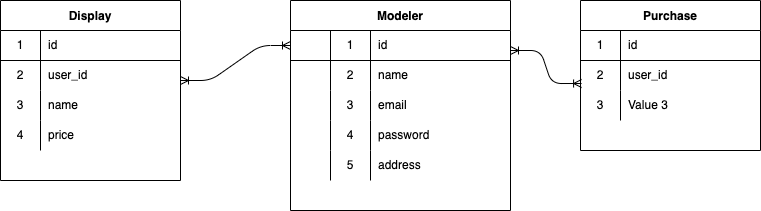
Before: gunpla.drawio.png, a diagram exported from draw.io (PW-kazu/gunpla-repository). Source tidied: cells renumbered, new cells last; positions are measured from the earlier drawing's top-left corner, leaving out a move shared by most shapes. The source it was exported from:
```xml
<mxGraphModel>
  <root>
    <mxCell id="0" />
    <mxCell id="1" parent="0" />
    <mxCell id="2" value="Modeler" style="shape=table;startSize=30;rowLines=0;fontStyle=1;align=center;" parent="1" vertex="1">
      <mxGeometry x="290" width="220" height="210" as="geometry" />
    </mxCell>
    <mxCell id="3" style="shape=partialRectangle;html=1;whiteSpace=wrap;fillColor=none;top=0;left=0;bottom=1;right=0;points=[[0,0.5],[1,0.5]];portConstraint=eastwest;" parent="2" vertex="1">
      <mxGeometry y="30" width="220" height="30" as="geometry" />
    </mxCell>
    <mxCell id="4" style="shape=partialRectangle;html=1;whiteSpace=wrap;fillColor=none;top=0;left=0;bottom=0;right=0;overflow=hidden;" parent="3" vertex="1">
      <mxGeometry width="40" height="30" as="geometry" />
    </mxCell>
    <mxCell id="5" value="1" style="shape=partialRectangle;html=1;whiteSpace=wrap;fillColor=none;top=0;left=0;bottom=0;right=0;overflow=hidden;" parent="3" vertex="1">
      <mxGeometry x="40" width="40" height="30" as="geometry" />
    </mxCell>
    <mxCell id="6" value="id" style="shape=partialRectangle;html=1;whiteSpace=wrap;fillColor=none;top=0;left=0;bottom=0;right=0;align=left;spacingLeft=6;overflow=hidden;" parent="3" vertex="1">
      <mxGeometry x="80" width="140" height="30" as="geometry" />
    </mxCell>
    <mxCell id="7" style="shape=partialRectangle;html=1;whiteSpace=wrap;fillColor=none;top=0;left=0;bottom=0;right=0;" parent="2" vertex="1">
      <mxGeometry y="60" width="220" height="30" as="geometry" />
    </mxCell>
    <mxCell id="8" style="shape=partialRectangle;html=1;whiteSpace=wrap;fillColor=none;top=0;left=0;bottom=0;right=0;overflow=hidden;" parent="7" vertex="1">
      <mxGeometry width="40" height="30" as="geometry" />
    </mxCell>
    <mxCell id="9" value="2" style="shape=partialRectangle;html=1;whiteSpace=wrap;fillColor=none;top=0;left=0;bottom=0;right=0;overflow=hidden;" parent="7" vertex="1">
      <mxGeometry x="40" width="40" height="30" as="geometry" />
    </mxCell>
    <mxCell id="10" value="name" style="shape=partialRectangle;html=1;whiteSpace=wrap;fillColor=none;top=0;left=0;bottom=0;right=0;align=left;spacingLeft=6;overflow=hidden;" parent="7" vertex="1">
      <mxGeometry x="80" width="140" height="30" as="geometry" />
    </mxCell>
    <mxCell id="11" style="shape=partialRectangle;html=1;whiteSpace=wrap;fillColor=none;top=0;left=0;bottom=0;right=0;" parent="2" vertex="1">
      <mxGeometry y="90" width="220" height="30" as="geometry" />
    </mxCell>
    <mxCell id="12" style="shape=partialRectangle;html=1;whiteSpace=wrap;fillColor=none;top=0;left=0;bottom=0;right=0;overflow=hidden;" parent="11" vertex="1">
      <mxGeometry width="40" height="30" as="geometry" />
    </mxCell>
    <mxCell id="13" value="3" style="shape=partialRectangle;html=1;whiteSpace=wrap;fillColor=none;top=0;left=0;bottom=0;right=0;overflow=hidden;" parent="11" vertex="1">
      <mxGeometry x="40" width="40" height="30" as="geometry" />
    </mxCell>
    <mxCell id="14" value="email" style="shape=partialRectangle;html=1;whiteSpace=wrap;fillColor=none;top=0;left=0;bottom=0;right=0;align=left;spacingLeft=6;overflow=hidden;" parent="11" vertex="1">
      <mxGeometry x="80" width="140" height="30" as="geometry" />
    </mxCell>
    <mxCell id="15" style="shape=partialRectangle;html=1;whiteSpace=wrap;fillColor=none;top=0;left=0;bottom=0;right=0;" parent="2" vertex="1">
      <mxGeometry y="120" width="220" height="30" as="geometry" />
    </mxCell>
    <mxCell id="16" style="shape=partialRectangle;html=1;whiteSpace=wrap;fillColor=none;top=0;left=0;bottom=0;right=0;overflow=hidden;" parent="15" vertex="1">
      <mxGeometry width="40" height="30" as="geometry" />
    </mxCell>
    <mxCell id="17" value="4" style="shape=partialRectangle;html=1;whiteSpace=wrap;fillColor=none;top=0;left=0;bottom=0;right=0;overflow=hidden;" parent="15" vertex="1">
      <mxGeometry x="40" width="40" height="30" as="geometry" />
    </mxCell>
    <mxCell id="18" value="password" style="shape=partialRectangle;html=1;whiteSpace=wrap;fillColor=none;top=0;left=0;bottom=0;right=0;align=left;spacingLeft=6;overflow=hidden;" parent="15" vertex="1">
      <mxGeometry x="80" width="140" height="30" as="geometry" />
    </mxCell>
    <mxCell id="19" style="shape=partialRectangle;html=1;whiteSpace=wrap;fillColor=none;top=0;left=0;bottom=0;right=0;" parent="2" vertex="1">
      <mxGeometry y="150" width="220" height="30" as="geometry" />
    </mxCell>
    <mxCell id="20" style="shape=partialRectangle;html=1;whiteSpace=wrap;fillColor=none;top=0;left=0;bottom=0;right=0;overflow=hidden;" parent="19" vertex="1">
      <mxGeometry width="40" height="30" as="geometry" />
    </mxCell>
    <mxCell id="21" value="5" style="shape=partialRectangle;html=1;whiteSpace=wrap;fillColor=none;top=0;left=0;bottom=0;right=0;overflow=hidden;" parent="19" vertex="1">
      <mxGeometry x="40" width="40" height="30" as="geometry" />
    </mxCell>
    <mxCell id="22" value="address" style="shape=partialRectangle;html=1;whiteSpace=wrap;fillColor=none;top=0;left=0;bottom=0;right=0;align=left;spacingLeft=6;overflow=hidden;" parent="19" vertex="1">
      <mxGeometry x="80" width="140" height="30" as="geometry" />
    </mxCell>
    <mxCell id="23" value="Display" style="shape=table;startSize=30;rowLines=0;fontStyle=1;align=center;" parent="1" vertex="1">
      <mxGeometry width="180" height="180" as="geometry" />
    </mxCell>
    <mxCell id="24" style="shape=partialRectangle;html=1;whiteSpace=wrap;fillColor=none;top=0;left=0;bottom=1;right=0;" parent="23" vertex="1">
      <mxGeometry y="30" width="180" height="30" as="geometry" />
    </mxCell>
    <mxCell id="25" value="1" style="shape=partialRectangle;html=1;whiteSpace=wrap;fillColor=none;top=0;left=0;bottom=0;right=0;overflow=hidden;" parent="24" vertex="1">
      <mxGeometry width="40" height="30" as="geometry" />
    </mxCell>
    <mxCell id="26" value="id" style="shape=partialRectangle;html=1;whiteSpace=wrap;fillColor=none;top=0;left=0;bottom=0;right=0;align=left;spacingLeft=6;overflow=hidden;" parent="24" vertex="1">
      <mxGeometry x="40" width="140" height="30" as="geometry" />
    </mxCell>
    <mxCell id="27" style="shape=partialRectangle;html=1;whiteSpace=wrap;fillColor=none;top=0;left=0;bottom=0;right=0;" parent="23" vertex="1">
      <mxGeometry y="60" width="180" height="30" as="geometry" />
    </mxCell>
    <mxCell id="28" value="2" style="shape=partialRectangle;html=1;whiteSpace=wrap;fillColor=none;top=0;left=0;bottom=0;right=0;overflow=hidden;" parent="27" vertex="1">
      <mxGeometry width="40" height="30" as="geometry" />
    </mxCell>
    <mxCell id="29" value="user_id" style="shape=partialRectangle;html=1;whiteSpace=wrap;fillColor=none;top=0;left=0;bottom=0;right=0;align=left;spacingLeft=6;overflow=hidden;" parent="27" vertex="1">
      <mxGeometry x="40" width="140" height="30" as="geometry" />
    </mxCell>
    <mxCell id="30" style="shape=partialRectangle;html=1;whiteSpace=wrap;fillColor=none;top=0;left=0;bottom=0;right=0;" parent="23" vertex="1">
      <mxGeometry y="90" width="180" height="30" as="geometry" />
    </mxCell>
    <mxCell id="31" value="3" style="shape=partialRectangle;html=1;whiteSpace=wrap;fillColor=none;top=0;left=0;bottom=0;right=0;overflow=hidden;" parent="30" vertex="1">
      <mxGeometry width="40" height="30" as="geometry" />
    </mxCell>
    <mxCell id="32" value="name" style="shape=partialRectangle;html=1;whiteSpace=wrap;fillColor=none;top=0;left=0;bottom=0;right=0;align=left;spacingLeft=6;overflow=hidden;" parent="30" vertex="1">
      <mxGeometry x="40" width="140" height="30" as="geometry" />
    </mxCell>
    <mxCell id="33" style="shape=partialRectangle;html=1;whiteSpace=wrap;fillColor=none;top=0;left=0;bottom=0;right=0;" parent="23" vertex="1">
      <mxGeometry y="120" width="180" height="30" as="geometry" />
    </mxCell>
    <mxCell id="34" value="4" style="shape=partialRectangle;html=1;whiteSpace=wrap;fillColor=none;top=0;left=0;bottom=0;right=0;overflow=hidden;" parent="33" vertex="1">
      <mxGeometry width="40" height="30" as="geometry" />
    </mxCell>
    <mxCell id="35" value="price" style="shape=partialRectangle;html=1;whiteSpace=wrap;fillColor=none;top=0;left=0;bottom=0;right=0;align=left;spacingLeft=6;overflow=hidden;" parent="33" vertex="1">
      <mxGeometry x="40" width="140" height="30" as="geometry" />
    </mxCell>
    <mxCell id="36" value="Purchase" style="shape=table;startSize=30;rowLines=0;fontStyle=1;align=center;" parent="1" vertex="1">
      <mxGeometry x="580" width="180" height="150" as="geometry" />
    </mxCell>
    <mxCell id="37" style="shape=partialRectangle;html=1;whiteSpace=wrap;fillColor=none;top=0;left=0;bottom=1;right=0;" parent="36" vertex="1">
      <mxGeometry y="30" width="180" height="30" as="geometry" />
    </mxCell>
    <mxCell id="38" value="1" style="shape=partialRectangle;html=1;whiteSpace=wrap;fillColor=none;top=0;left=0;bottom=0;right=0;overflow=hidden;" parent="37" vertex="1">
      <mxGeometry width="40" height="30" as="geometry" />
    </mxCell>
    <mxCell id="39" value="id" style="shape=partialRectangle;html=1;whiteSpace=wrap;fillColor=none;top=0;left=0;bottom=0;right=0;align=left;spacingLeft=6;overflow=hidden;" parent="37" vertex="1">
      <mxGeometry x="40" width="140" height="30" as="geometry" />
    </mxCell>
    <mxCell id="40" style="shape=partialRectangle;html=1;whiteSpace=wrap;fillColor=none;top=0;left=0;bottom=0;right=0;points=[[0,0.5],[1,0.5]];portConstraint=eastwest;" parent="36" vertex="1">
      <mxGeometry y="60" width="180" height="30" as="geometry" />
    </mxCell>
    <mxCell id="41" value="2" style="shape=partialRectangle;html=1;whiteSpace=wrap;fillColor=none;top=0;left=0;bottom=0;right=0;overflow=hidden;" parent="40" vertex="1">
      <mxGeometry width="40" height="30" as="geometry" />
    </mxCell>
    <mxCell id="42" value="user_id" style="shape=partialRectangle;html=1;whiteSpace=wrap;fillColor=none;top=0;left=0;bottom=0;right=0;align=left;spacingLeft=6;overflow=hidden;" parent="40" vertex="1">
      <mxGeometry x="40" width="140" height="30" as="geometry" />
    </mxCell>
    <mxCell id="43" style="shape=partialRectangle;html=1;whiteSpace=wrap;fillColor=none;top=0;left=0;bottom=0;right=0;" parent="36" vertex="1">
      <mxGeometry y="90" width="180" height="30" as="geometry" />
    </mxCell>
    <mxCell id="44" value="3" style="shape=partialRectangle;html=1;whiteSpace=wrap;fillColor=none;top=0;left=0;bottom=0;right=0;overflow=hidden;" parent="43" vertex="1">
      <mxGeometry width="40" height="30" as="geometry" />
    </mxCell>
    <mxCell id="45" value="Value 3" style="shape=partialRectangle;html=1;whiteSpace=wrap;fillColor=none;top=0;left=0;bottom=0;right=0;align=left;spacingLeft=6;overflow=hidden;" parent="43" vertex="1">
      <mxGeometry x="40" width="140" height="30" as="geometry" />
    </mxCell>
    <mxCell id="46" style="edgeStyle=entityRelationEdgeStyle;fontSize=12;html=1;endArrow=ERoneToMany;startArrow=ERoneToMany;shadow=0;entryX=0;entryY=0.5;entryDx=0;entryDy=0;" parent="1" edge="1" target="3">
      <mxGeometry relative="1" as="geometry">
        <mxPoint x="180" y="80" as="sourcePoint" />
      </mxGeometry>
    </mxCell>
    <mxCell id="47" style="edgeStyle=entityRelationEdgeStyle;fontSize=12;html=1;endArrow=ERoneToMany;startArrow=ERoneToMany;shadow=0;entryX=0.006;entryY=0.767;entryDx=0;entryDy=0;entryPerimeter=0;" parent="1" edge="1" target="40">
      <mxGeometry relative="1" as="geometry">
        <mxPoint x="510" y="50" as="sourcePoint" />
      </mxGeometry>
    </mxCell>
  </root>
</mxGraphModel>
```
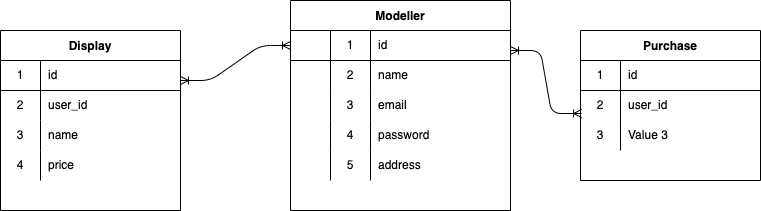
The same file after the commit.

The edit, as a diff of the source:
```diff
@@ -2,8 +2,8 @@
   <root>
     <mxCell id="0" />
     <mxCell id="1" parent="0" />
-    <mxCell id="2" value="Modeler" style="shape=table;startSize=30;rowLines=0;fontStyle=1;align=center;" parent="1" vertex="1">
-      <mxGeometry x="290" width="220" height="210" as="geometry" />
+    <mxCell id="2" value="Modeller" style="shape=table;startSize=30;rowLines=0;fontStyle=1;align=center;" parent="1" vertex="1">
+      <mxGeometry x="290" y="-30" width="220" height="210" as="geometry" />
     </mxCell>
     <mxCell id="3" style="shape=partialRectangle;html=1;whiteSpace=wrap;fillColor=none;top=0;left=0;bottom=1;right=0;points=[[0,0.5],[1,0.5]];portConstraint=eastwest;" parent="2" vertex="1">
       <mxGeometry y="30" width="220" height="30" as="geometry" />
@@ -136,12 +136,12 @@
     </mxCell>
     <mxCell id="46" style="edgeStyle=entityRelationEdgeStyle;fontSize=12;html=1;endArrow=ERoneToMany;startArrow=ERoneToMany;shadow=0;entryX=0;entryY=0.5;entryDx=0;entryDy=0;" parent="1" edge="1" target="3">
       <mxGeometry relative="1" as="geometry">
-        <mxPoint x="180" y="80" as="sourcePoint" />
+        <mxPoint x="180" y="50" as="sourcePoint" />
       </mxGeometry>
     </mxCell>
     <mxCell id="47" style="edgeStyle=entityRelationEdgeStyle;fontSize=12;html=1;endArrow=ERoneToMany;startArrow=ERoneToMany;shadow=0;entryX=0.006;entryY=0.767;entryDx=0;entryDy=0;entryPerimeter=0;" parent="1" edge="1" target="40">
       <mxGeometry relative="1" as="geometry">
-        <mxPoint x="510" y="50" as="sourcePoint" />
+        <mxPoint x="510" y="20" as="sourcePoint" />
       </mxGeometry>
     </mxCell>
   </root>
```
